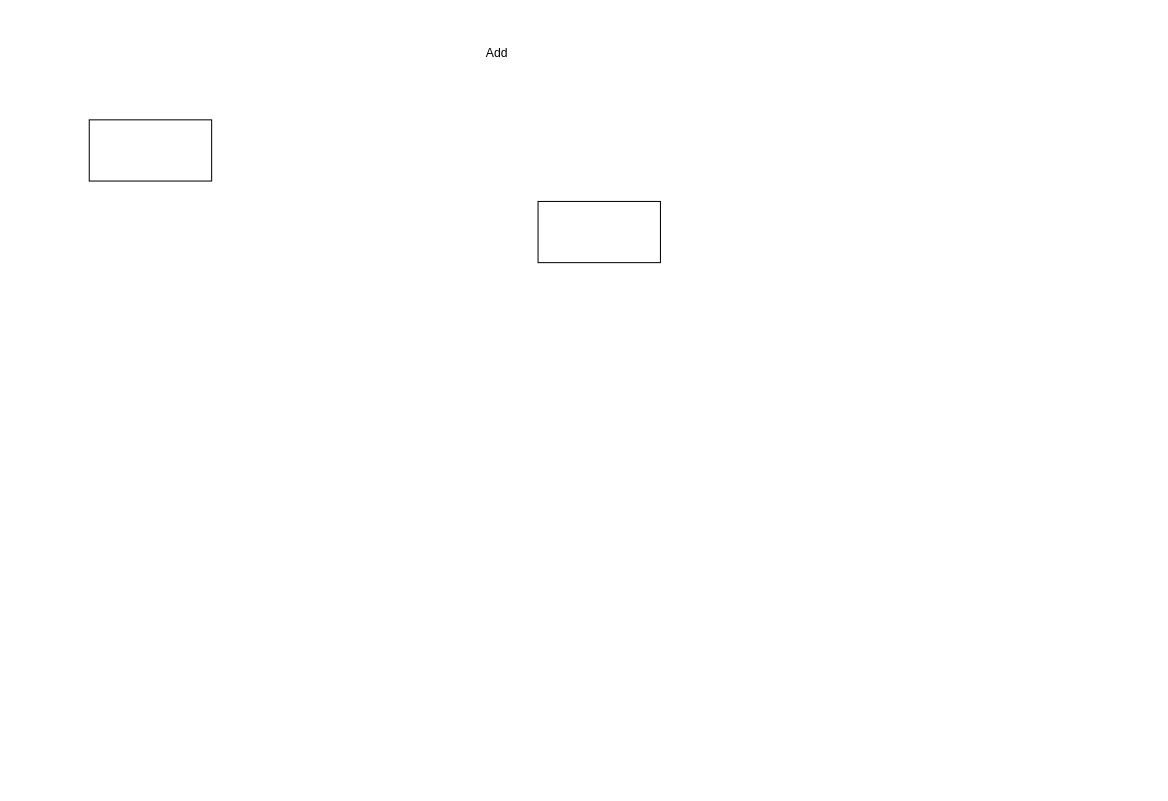
The draw.io diagram Диаграмма без названия.drawio in Stanislav98V/asr_decoder_course, before the edit. Source tidied: cells renumbered, new cells numbered last; positions are measured from the earlier drawing's top-left corner, leaving out a move shared by most shapes. Both pictures are drawn from the tidied source at 102%, with x=0, y=0 at pixel (89, 38).
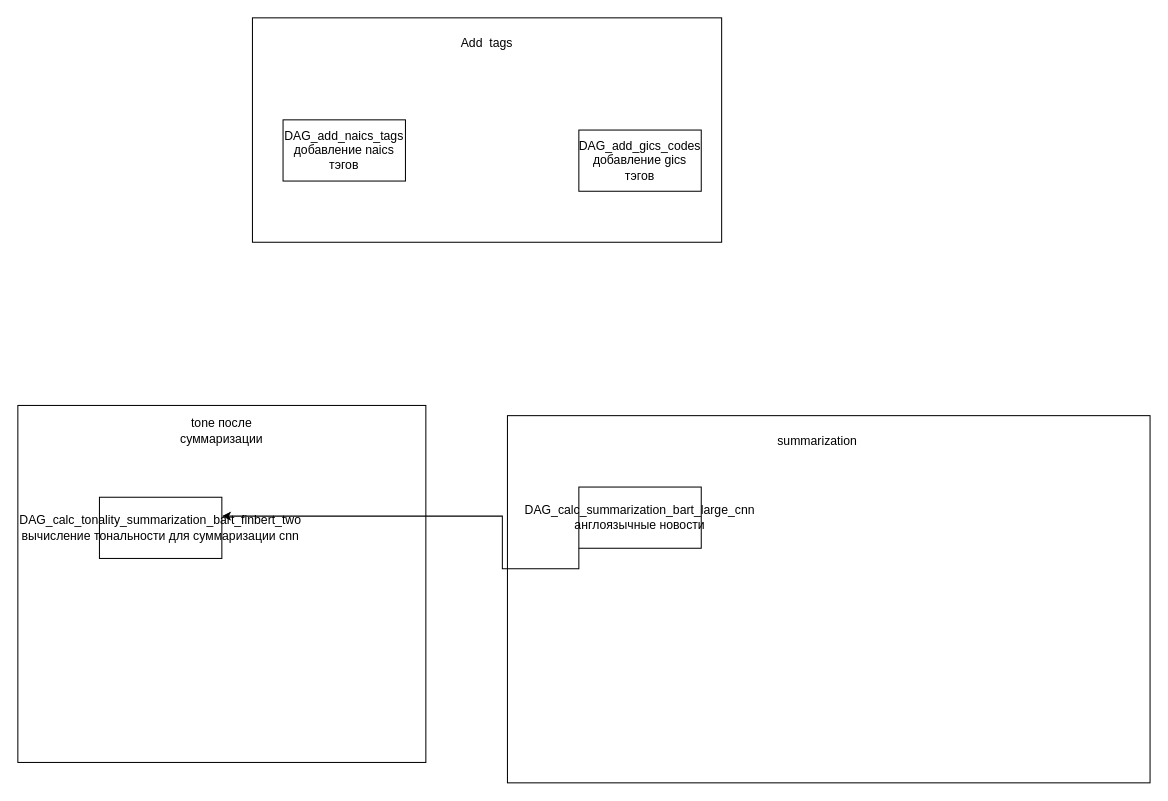
Above is the later version.

What changed in the source:
```diff
@@
 <mxGraphModel>
   <root>
     <mxCell id="0" />
     <mxCell id="1" parent="0" />
-    <mxCell id="2" style="rounded=0;whiteSpace=wrap;html=1;" parent="1" vertex="1">
-      <mxGeometry x="440" y="160" width="120" height="60" as="geometry" />
-    </mxCell>
-    <mxCell id="3" style="rounded=0;whiteSpace=wrap;html=1;" parent="1" vertex="1">
-      <mxGeometry y="80" width="120" height="60" as="geometry" />
-    </mxCell>
-    <mxCell id="4" value="Add" style="text;html=1;strokeColor=none;fillColor=none;align=center;verticalAlign=middle;whiteSpace=wrap;rounded=0;" parent="1" vertex="1">
-      <mxGeometry x="370" width="60" height="30" as="geometry" />
-    </mxCell>
+    <mxCell id="5" style="rounded=0;whiteSpace=wrap;html=1;" parent="1" vertex="1">
+      <mxGeometry x="160" y="-20" width="460" height="220" as="geometry" />
+    </mxCell>
+    <mxCell id="6" value="DAG_add_gics_codes&lt;br&gt;добавление gics тэгов" style="rounded=0;whiteSpace=wrap;html=1;" parent="1" vertex="1">
+      <mxGeometry x="480" y="90" width="120" height="60" as="geometry" />
+    </mxCell>
+    <mxCell id="7" value="DAG_add_naics_tags&lt;br&gt;добавление naics тэгов&lt;br&gt;" style="rounded=0;whiteSpace=wrap;html=1;" parent="1" vertex="1">
+      <mxGeometry x="190" y="80" width="120" height="60" as="geometry" />
+    </mxCell>
+    <mxCell id="8" value="Add&amp;nbsp; tags" style="text;html=1;strokeColor=none;fillColor=none;align=center;verticalAlign=middle;whiteSpace=wrap;rounded=0;" parent="1" vertex="1">
+      <mxGeometry x="360" y="-10" width="60" height="30" as="geometry" />
+    </mxCell>
+    <mxCell id="9" style="rounded=0;whiteSpace=wrap;html=1;" parent="1" vertex="1">
+      <mxGeometry x="410" y="370" width="630" height="360" as="geometry" />
+    </mxCell>
+    <mxCell id="10" value="DAG_calc_summarization_bart_large_cnn&lt;br&gt;англоязычные новости" style="rounded=0;whiteSpace=wrap;html=1;" parent="1" vertex="1">
+      <mxGeometry x="480" y="440" width="120" height="60" as="geometry" />
+    </mxCell>
+    <mxCell id="11" value="summarization" style="text;html=1;strokeColor=none;fillColor=none;align=center;verticalAlign=middle;whiteSpace=wrap;rounded=0;" parent="1" vertex="1">
+      <mxGeometry x="684" y="380" width="60" height="30" as="geometry" />
+    </mxCell>
+    <mxCell id="12" style="rounded=0;whiteSpace=wrap;html=1;" parent="1" vertex="1">
+      <mxGeometry x="-70" y="360" width="400" height="350" as="geometry" />
+    </mxCell>
+    <mxCell id="13" value="DAG_calc_tonality_summarization_bart_finbert_two&lt;br&gt;вычисление тональности для суммаризации cnn" style="rounded=0;whiteSpace=wrap;html=1;" parent="1" vertex="1">
+      <mxGeometry x="10" y="450" width="120" height="60" as="geometry" />
+    </mxCell>
+    <mxCell id="14" style="edgeStyle=orthogonalEdgeStyle;rounded=0;jettySize=auto;html=1;exitX=0;exitY=1;exitDx=0;exitDy=0;entryX=0.5;entryY=0.31;entryDx=0;entryDy=0;entryPerimeter=0;" parent="1" edge="1" source="10" target="12">
+      <mxGeometry relative="1" as="geometry" />
+    </mxCell>
+    <mxCell id="15" value="tone после суммаризации&lt;br&gt;" style="text;html=1;strokeColor=none;fillColor=none;align=center;verticalAlign=middle;whiteSpace=wrap;rounded=0;" parent="1" vertex="1">
+      <mxGeometry x="100" y="370" width="60" height="30" as="geometry" />
+    </mxCell>
   </root>
 </mxGraphModel>
```
